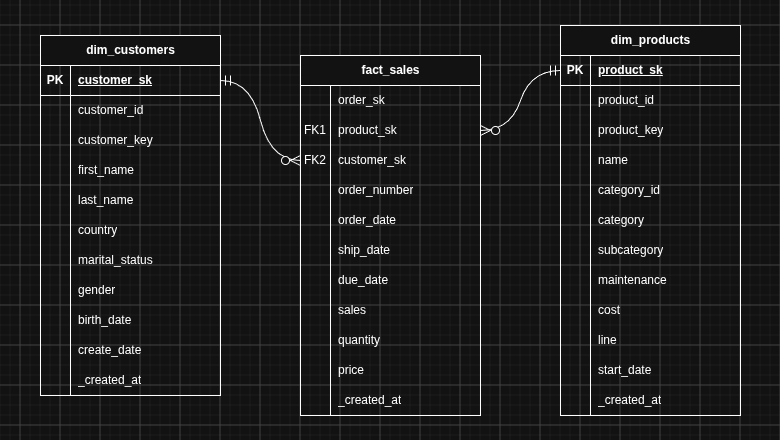
DavidMatias44/databricks_data_lakehouse keeps this draw.io diagram as docs/data_model.png. Above is the earlier version. Source tidied: cells renumbered, new cells last; positions are measured from the earlier drawing's top-left corner, leaving out a move shared by most shapes.
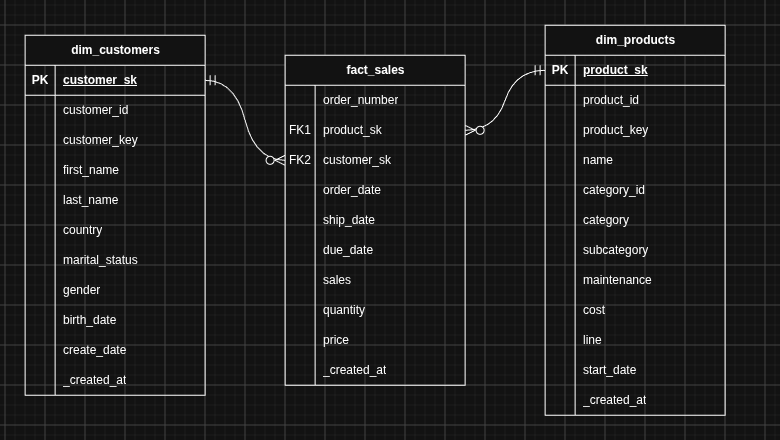
After the change.

Commit message:
update: remove surrogate key from fact_sales table

Diff of the diagram source:
```diff
@@ -216,7 +216,7 @@
       <mxGeometry x="30" width="150" height="30" as="geometry" />
     </mxCell>
     <mxCell id="73" value="fact_sales" style="shape=table;startSize=30;rowLines=0;fontStyle=1;align=center;html=1;" parent="1" vertex="1">
-      <mxGeometry x="300" y="55" width="180" height="360" as="geometry" />
+      <mxGeometry x="300" y="55" width="180" height="330" as="geometry" />
     </mxCell>
     <mxCell id="74" style="shape=tableRow;horizontal=0;startSize=0;swimlaneHead=0;swimlaneBody=0;fillColor=none;top=0;left=0;right=0;bottom=0;" parent="73" vertex="1">
       <mxGeometry y="30" width="180" height="30" as="geometry" />
@@ -224,7 +224,7 @@
     <mxCell id="75" style="shape=partialRectangle;fillColor=none;top=0;left=0;bottom=0;right=0;overflow=hidden;whiteSpace=wrap;html=1;" parent="74" vertex="1">
       <mxGeometry width="30" height="30" as="geometry" />
     </mxCell>
-    <mxCell id="76" value="order_sk" style="shape=partialRectangle;fillColor=none;top=0;left=0;bottom=0;right=0;align=left;spacingLeft=6;overflow=hidden;whiteSpace=wrap;html=1;" parent="74" vertex="1">
+    <mxCell id="76" value="order_number" style="shape=partialRectangle;fillColor=none;top=0;left=0;bottom=0;right=0;align=left;spacingLeft=6;overflow=hidden;whiteSpace=wrap;html=1;" parent="74" vertex="1">
       <mxGeometry x="30" width="150" height="30" as="geometry" />
     </mxCell>
     <mxCell id="77" style="shape=tableRow;horizontal=0;startSize=0;swimlaneHead=0;swimlaneBody=0;fillColor=none;points=[[0,0.5],[1,0.5]];portConstraint=eastwest;top=0;left=0;right=0;bottom=0;" parent="73" vertex="1">
@@ -245,17 +245,8 @@
     <mxCell id="82" value="customer_sk" style="shape=partialRectangle;fillColor=none;top=0;left=0;bottom=0;right=0;align=left;spacingLeft=6;overflow=hidden;whiteSpace=wrap;html=1;" parent="80" vertex="1">
       <mxGeometry x="30" width="150" height="30" as="geometry" />
     </mxCell>
-    <mxCell id="83" style="shape=tableRow;horizontal=0;startSize=0;swimlaneHead=0;swimlaneBody=0;fillColor=none;top=0;left=0;right=0;bottom=0;" parent="73" vertex="1">
-      <mxGeometry y="120" width="180" height="30" as="geometry" />
-    </mxCell>
-    <mxCell id="84" style="shape=partialRectangle;fillColor=none;top=0;left=0;bottom=0;right=0;overflow=hidden;whiteSpace=wrap;html=1;" parent="83" vertex="1">
-      <mxGeometry width="30" height="30" as="geometry" />
-    </mxCell>
-    <mxCell id="85" value="order_number" style="shape=partialRectangle;fillColor=none;top=0;left=0;bottom=0;right=0;align=left;spacingLeft=6;overflow=hidden;whiteSpace=wrap;html=1;" parent="83" vertex="1">
-      <mxGeometry x="30" width="150" height="30" as="geometry" />
-    </mxCell>
     <mxCell id="86" style="shape=tableRow;horizontal=0;startSize=0;swimlaneHead=0;swimlaneBody=0;fillColor=none;top=0;left=0;right=0;bottom=0;" parent="73" vertex="1">
-      <mxGeometry y="150" width="180" height="30" as="geometry" />
+      <mxGeometry y="120" width="180" height="30" as="geometry" />
     </mxCell>
     <mxCell id="87" style="shape=partialRectangle;fillColor=none;top=0;left=0;bottom=0;right=0;overflow=hidden;whiteSpace=wrap;html=1;" parent="86" vertex="1">
       <mxGeometry width="30" height="30" as="geometry" />
@@ -264,7 +255,7 @@
       <mxGeometry x="30" width="150" height="30" as="geometry" />
     </mxCell>
     <mxCell id="89" style="shape=tableRow;horizontal=0;startSize=0;swimlaneHead=0;swimlaneBody=0;fillColor=none;top=0;left=0;right=0;bottom=0;" parent="73" vertex="1">
-      <mxGeometry y="180" width="180" height="30" as="geometry" />
+      <mxGeometry y="150" width="180" height="30" as="geometry" />
     </mxCell>
     <mxCell id="90" style="shape=partialRectangle;fillColor=none;top=0;left=0;bottom=0;right=0;overflow=hidden;whiteSpace=wrap;html=1;" parent="89" vertex="1">
       <mxGeometry width="30" height="30" as="geometry" />
@@ -273,7 +264,7 @@
       <mxGeometry x="30" width="150" height="30" as="geometry" />
     </mxCell>
     <mxCell id="92" style="shape=tableRow;horizontal=0;startSize=0;swimlaneHead=0;swimlaneBody=0;fillColor=none;top=0;left=0;right=0;bottom=0;" parent="73" vertex="1">
-      <mxGeometry y="210" width="180" height="30" as="geometry" />
+      <mxGeometry y="180" width="180" height="30" as="geometry" />
     </mxCell>
     <mxCell id="93" style="shape=partialRectangle;fillColor=none;top=0;left=0;bottom=0;right=0;overflow=hidden;whiteSpace=wrap;html=1;" parent="92" vertex="1">
       <mxGeometry width="30" height="30" as="geometry" />
@@ -282,7 +273,7 @@
       <mxGeometry x="30" width="150" height="30" as="geometry" />
     </mxCell>
     <mxCell id="95" style="shape=tableRow;horizontal=0;startSize=0;swimlaneHead=0;swimlaneBody=0;fillColor=none;top=0;left=0;right=0;bottom=0;" parent="73" vertex="1">
-      <mxGeometry y="240" width="180" height="30" as="geometry" />
+      <mxGeometry y="210" width="180" height="30" as="geometry" />
     </mxCell>
     <mxCell id="96" style="shape=partialRectangle;fillColor=none;top=0;left=0;bottom=0;right=0;overflow=hidden;whiteSpace=wrap;html=1;" parent="95" vertex="1">
       <mxGeometry width="30" height="30" as="geometry" />
@@ -291,7 +282,7 @@
       <mxGeometry x="30" width="150" height="30" as="geometry" />
     </mxCell>
     <mxCell id="98" style="shape=tableRow;horizontal=0;startSize=0;swimlaneHead=0;swimlaneBody=0;fillColor=none;top=0;left=0;right=0;bottom=0;" parent="73" vertex="1">
-      <mxGeometry y="270" width="180" height="30" as="geometry" />
+      <mxGeometry y="240" width="180" height="30" as="geometry" />
     </mxCell>
     <mxCell id="99" style="shape=partialRectangle;fillColor=none;top=0;left=0;bottom=0;right=0;overflow=hidden;whiteSpace=wrap;html=1;" parent="98" vertex="1">
       <mxGeometry width="30" height="30" as="geometry" />
@@ -300,7 +291,7 @@
       <mxGeometry x="30" width="150" height="30" as="geometry" />
     </mxCell>
     <mxCell id="101" style="shape=tableRow;horizontal=0;startSize=0;swimlaneHead=0;swimlaneBody=0;fillColor=none;top=0;left=0;right=0;bottom=0;" parent="73" vertex="1">
-      <mxGeometry y="300" width="180" height="30" as="geometry" />
+      <mxGeometry y="270" width="180" height="30" as="geometry" />
     </mxCell>
     <mxCell id="102" style="shape=partialRectangle;fillColor=none;top=0;left=0;bottom=0;right=0;overflow=hidden;whiteSpace=wrap;html=1;" parent="101" vertex="1">
       <mxGeometry width="30" height="30" as="geometry" />
@@ -309,7 +300,7 @@
       <mxGeometry x="30" width="150" height="30" as="geometry" />
     </mxCell>
     <mxCell id="104" style="shape=tableRow;horizontal=0;startSize=0;swimlaneHead=0;swimlaneBody=0;fillColor=none;top=0;left=0;right=0;bottom=0;" parent="73" vertex="1">
-      <mxGeometry y="330" width="180" height="30" as="geometry" />
+      <mxGeometry y="300" width="180" height="30" as="geometry" />
     </mxCell>
     <mxCell id="105" style="shape=partialRectangle;fillColor=none;top=0;left=0;bottom=0;right=0;overflow=hidden;whiteSpace=wrap;html=1;" parent="104" vertex="1">
       <mxGeometry width="30" height="30" as="geometry" />
@@ -324,7 +315,7 @@
       <mxGeometry relative="1" as="geometry" />
     </mxCell>
     <mxCell id="109" style="rounded=0;whiteSpace=wrap;html=1;fillColor=none;strokeColor=none;" parent="1" vertex="1">
-      <mxGeometry width="780" height="440" as="geometry" />
+      <mxGeometry x="15" width="780" height="440" as="geometry" />
     </mxCell>
   </root>
 </mxGraphModel>
```
